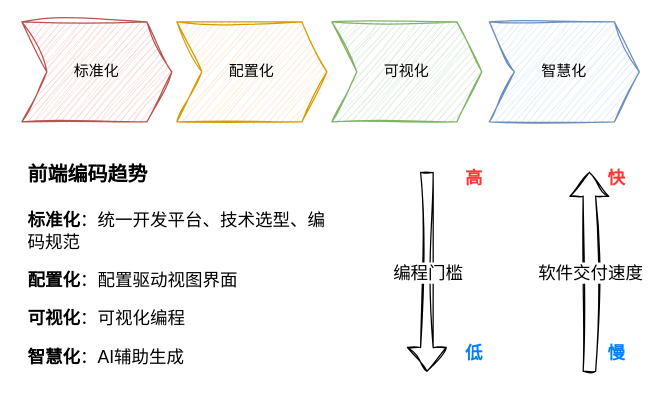
Above: 低代码—zebras建设思路.drawio in tangyaosimida/love (draw.io), before the change. Source tidied: cells renumbered, new cells numbered last; positions are measured from the earlier drawing's top-left corner, leaving out a move shared by most shapes. Both pictures are drawn from the tidied source at 125%, with x=0, y=0 at pixel (21, 21).
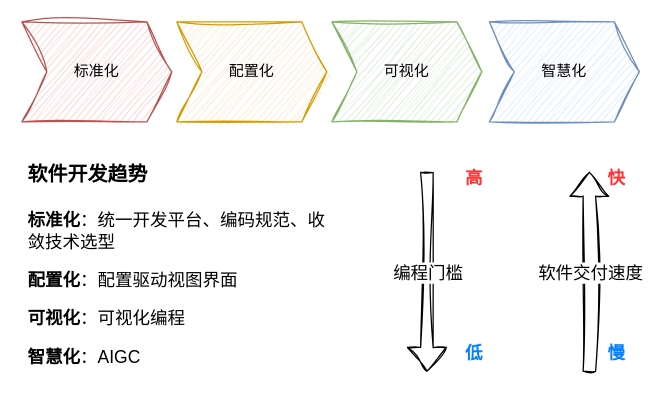
The same diagram, later.

Commit message:
更新低代码—zebras建设思路.drawio

Diff of the diagram source:
```diff
@@
 <mxGraphModel>
   <root>
     <mxCell id="0" />
     <mxCell id="1" parent="0" />
     <mxCell id="2" value="标准化" style="shape=step;perimeter=stepPerimeter;whiteSpace=wrap;html=1;fixedSize=1;fillColor=#f8cecc;strokeColor=#b85450;rounded=0;sketch=1;curveFitting=1;jiggle=2;" parent="1" vertex="1">
       <mxGeometry width="120" height="80" as="geometry" />
     </mxCell>
     <mxCell id="3" value="配置化" style="shape=step;perimeter=stepPerimeter;whiteSpace=wrap;html=1;fixedSize=1;fillColor=#ffe6cc;strokeColor=#d79b00;rounded=0;sketch=1;curveFitting=1;jiggle=2;" parent="1" vertex="1">
       <mxGeometry x="124" width="120" height="80" as="geometry" />
     </mxCell>
     <mxCell id="4" value="可视化" style="shape=step;perimeter=stepPerimeter;whiteSpace=wrap;html=1;fixedSize=1;fillColor=#d5e8d4;strokeColor=#82b366;rounded=0;sketch=1;curveFitting=1;jiggle=2;" parent="1" vertex="1">
       <mxGeometry x="248" width="120" height="80" as="geometry" />
     </mxCell>
     <mxCell id="5" value="智慧化" style="shape=step;perimeter=stepPerimeter;whiteSpace=wrap;html=1;fixedSize=1;fillColor=#dae8fc;strokeColor=#6c8ebf;rounded=0;sketch=1;curveFitting=1;jiggle=2;" parent="1" vertex="1">
       <mxGeometry x="374" width="120" height="80" as="geometry" />
     </mxCell>
-    <mxCell id="6" value="&lt;h1&gt;&lt;font style=&quot;font-size: 16px;&quot;&gt;前端编码趋势&lt;/font&gt;&lt;/h1&gt;&lt;p style=&quot;font-size: 14px;&quot;&gt;&lt;font style=&quot;font-size: 14px;&quot;&gt;&lt;b style=&quot;&quot;&gt;标准化&lt;/b&gt;：统一开发平台、技术选型、编码规范&lt;/font&gt;&lt;/p&gt;&lt;p style=&quot;font-size: 14px;&quot;&gt;&lt;font style=&quot;font-size: 14px;&quot;&gt;&lt;b&gt;配置化&lt;/b&gt;：配置驱动视图界面&lt;/font&gt;&lt;/p&gt;&lt;p style=&quot;font-size: 14px;&quot;&gt;&lt;font style=&quot;font-size: 14px;&quot;&gt;&lt;b&gt;可视化&lt;/b&gt;：可视化编程&lt;/font&gt;&lt;/p&gt;&lt;p style=&quot;font-size: 14px;&quot;&gt;&lt;font style=&quot;font-size: 14px;&quot;&gt;&lt;b style=&quot;&quot;&gt;智慧化&lt;/b&gt;：AI辅助生成&lt;/font&gt;&lt;/p&gt;&lt;p&gt;&lt;br&gt;&lt;/p&gt;" style="text;html=1;spacing=5;spacingTop=-20;whiteSpace=wrap;overflow=hidden;rounded=0;sketch=1;curveFitting=1;jiggle=2;" parent="1" vertex="1">
+    <mxCell id="6" value="&lt;h1&gt;&lt;font style=&quot;font-size: 16px;&quot;&gt;软件开发趋势&lt;/font&gt;&lt;/h1&gt;&lt;p style=&quot;font-size: 14px;&quot;&gt;&lt;font style=&quot;font-size: 14px;&quot;&gt;&lt;b style=&quot;&quot;&gt;标准化&lt;/b&gt;：统一开发平台、编码规范、收敛技术选型&lt;/font&gt;&lt;/p&gt;&lt;p style=&quot;font-size: 14px;&quot;&gt;&lt;font style=&quot;font-size: 14px;&quot;&gt;&lt;b&gt;配置化&lt;/b&gt;：配置驱动视图界面&lt;/font&gt;&lt;/p&gt;&lt;p style=&quot;font-size: 14px;&quot;&gt;&lt;font style=&quot;font-size: 14px;&quot;&gt;&lt;b&gt;可视化&lt;/b&gt;：可视化编程&lt;/font&gt;&lt;/p&gt;&lt;p style=&quot;font-size: 14px;&quot;&gt;&lt;font style=&quot;font-size: 14px;&quot;&gt;&lt;b style=&quot;&quot;&gt;智慧化&lt;/b&gt;：AIGC&lt;/font&gt;&lt;/p&gt;&lt;p&gt;&lt;br&gt;&lt;/p&gt;" style="text;html=1;spacing=5;spacingTop=-20;whiteSpace=wrap;overflow=hidden;rounded=0;sketch=1;curveFitting=1;jiggle=2;" parent="1" vertex="1">
       <mxGeometry y="100" width="254" height="190" as="geometry" />
     </mxCell>
     <mxCell id="7" value="&lt;font style=&quot;font-size: 14px;&quot;&gt;高&lt;/font&gt;" style="text;html=1;align=center;verticalAlign=middle;whiteSpace=wrap;rounded=0;fontStyle=1;fontColor=#FF3333;sketch=1;curveFitting=1;jiggle=2;" parent="1" vertex="1">
       <mxGeometry x="344" y="110" width="36" height="30" as="geometry" />
     </mxCell>
     <mxCell id="8" style="shape=flexArrow;endArrow=classic;html=1;rounded=0;sketch=1;curveFitting=1;jiggle=2;" parent="1" edge="1">
       <mxGeometry relative="1" as="geometry">
         <mxPoint x="324" y="120" as="sourcePoint" />
         <mxPoint x="324" y="280" as="targetPoint" />
       </mxGeometry>
     </mxCell>
     <mxCell id="9" value="&lt;font style=&quot;font-size: 14px;&quot;&gt;编程门槛&lt;/font&gt;" style="edgeLabel;html=1;align=center;verticalAlign=middle;" parent="8" vertex="1">
       <mxGeometry x="-0.11" y="2" relative="1" as="geometry">
         <mxPoint x="-2" y="9" as="offset" />
       </mxGeometry>
     </mxCell>
     <mxCell id="10" value="&lt;font style=&quot;font-size: 14px;&quot;&gt;低&lt;/font&gt;" style="text;html=1;align=center;verticalAlign=middle;whiteSpace=wrap;rounded=0;fontStyle=1;fontColor=#007FFF;sketch=1;curveFitting=1;jiggle=2;" parent="1" vertex="1">
       <mxGeometry x="344" y="250" width="36" height="30" as="geometry" />
     </mxCell>
     <mxCell id="11" style="shape=flexArrow;endArrow=classic;html=1;rounded=0;sketch=1;curveFitting=1;jiggle=2;" parent="1" edge="1">
       <mxGeometry relative="1" as="geometry">
         <mxPoint x="454" y="280" as="sourcePoint" />
         <mxPoint x="454" y="120" as="targetPoint" />
       </mxGeometry>
     </mxCell>
     <mxCell id="12" value="&lt;font style=&quot;font-size: 14px;&quot;&gt;软件交付速度&lt;/font&gt;" style="edgeLabel;html=1;align=center;verticalAlign=middle;" parent="11" vertex="1">
       <mxGeometry x="0.04" y="-2" relative="1" as="geometry">
         <mxPoint x="-2" y="3" as="offset" />
       </mxGeometry>
     </mxCell>
     <mxCell id="13" value="&lt;font style=&quot;font-size: 14px;&quot;&gt;快&lt;/font&gt;" style="text;html=1;align=center;verticalAlign=middle;whiteSpace=wrap;rounded=0;fontStyle=1;fontColor=#FF3333;sketch=1;curveFitting=1;jiggle=2;" parent="1" vertex="1">
       <mxGeometry x="458" y="110" width="36" height="30" as="geometry" />
     </mxCell>
     <mxCell id="14" value="&lt;font style=&quot;font-size: 14px;&quot;&gt;慢&lt;/font&gt;" style="text;html=1;align=center;verticalAlign=middle;whiteSpace=wrap;rounded=0;fontStyle=1;fontColor=#007FFF;sketch=1;curveFitting=1;jiggle=2;" parent="1" vertex="1">
       <mxGeometry x="458" y="250" width="36" height="30" as="geometry" />
     </mxCell>
   </root>
 </mxGraphModel>
```
